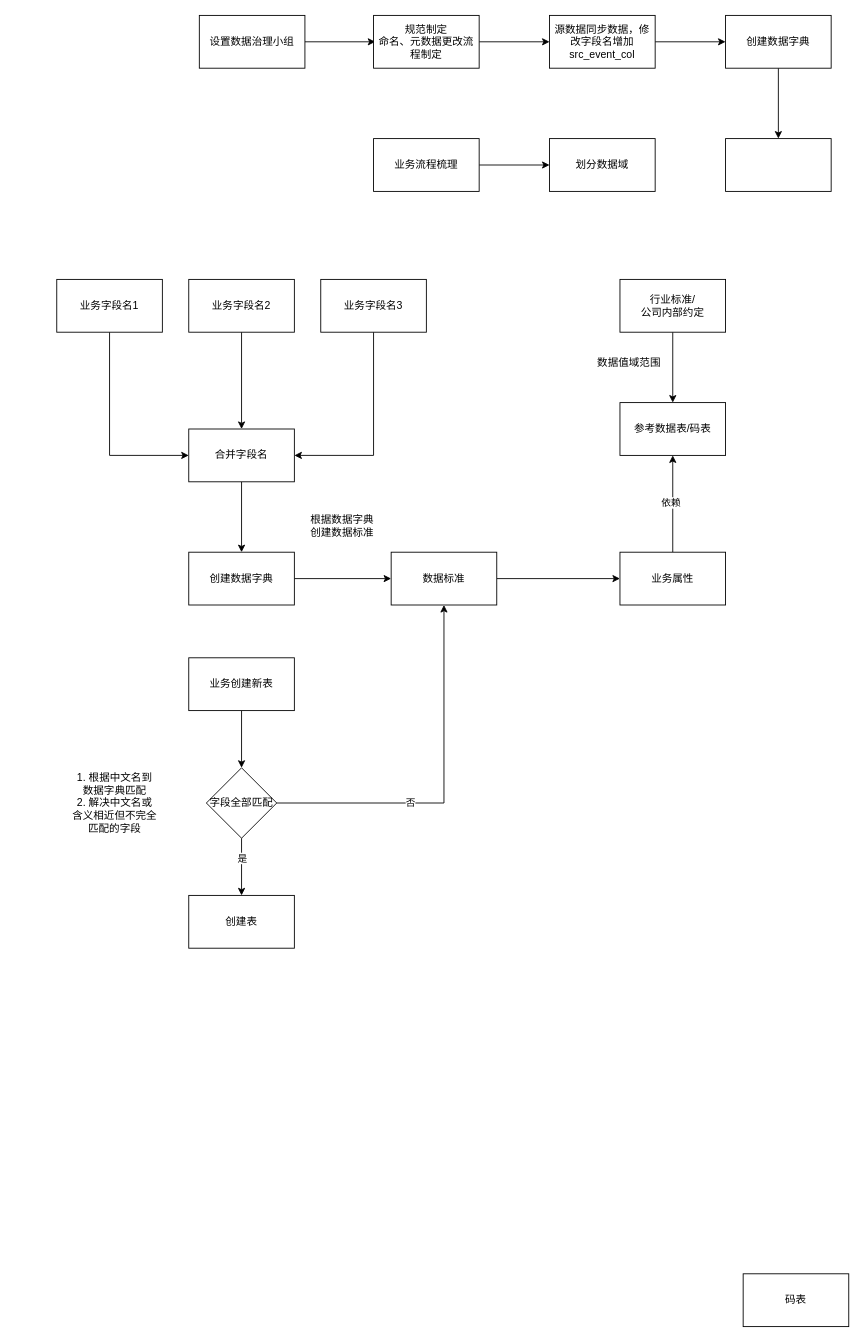
Before: 数据治理流程梳理.drawio in fxfng/hello-world, a draw.io diagram. Source tidied: cells renumbered, new cells numbered last; positions are measured from the earlier drawing's top-left corner, leaving out a move shared by most shapes. Both pictures are drawn from the tidied source at 88%, with x=0, y=0 at pixel (56, 15).
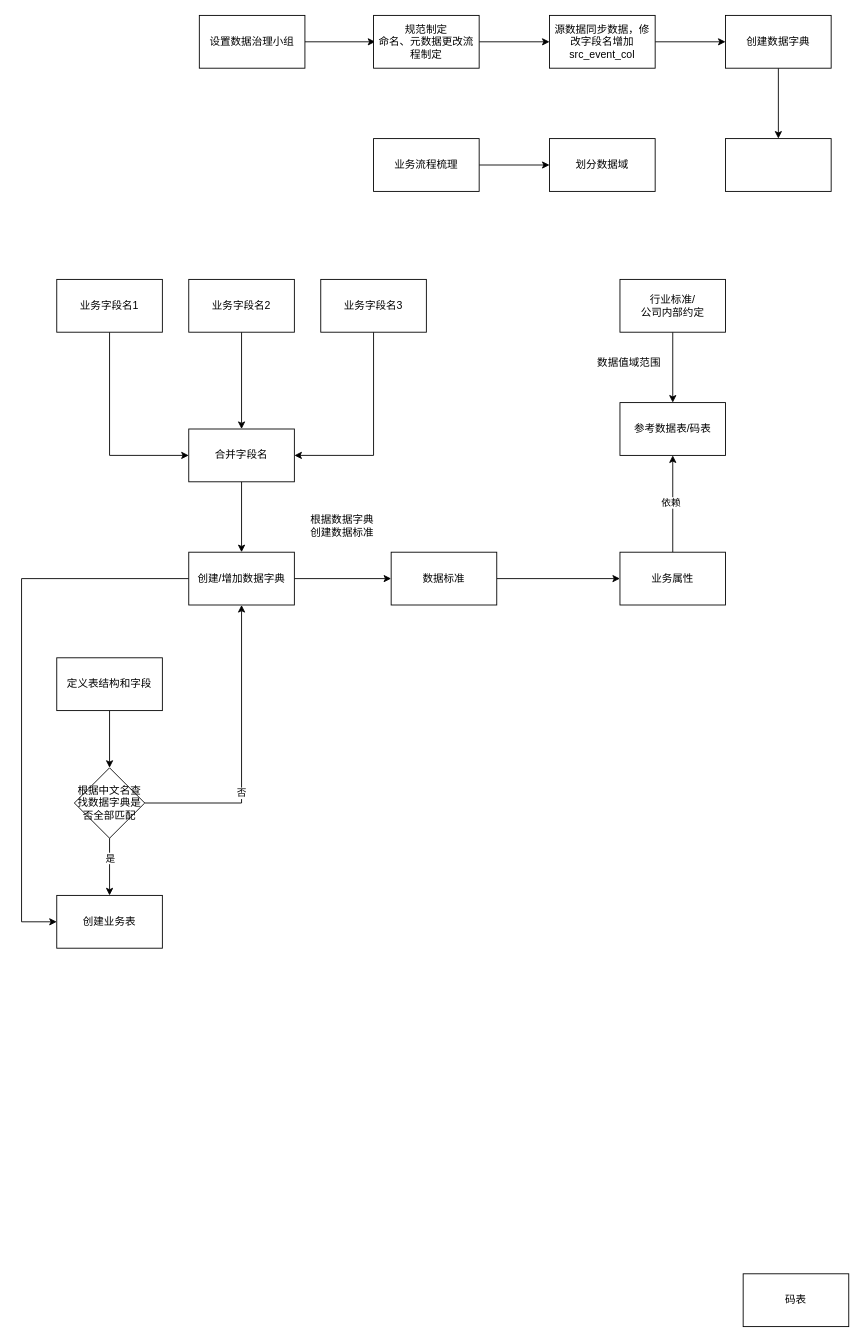
The same diagram, later.

Commit message:
更新数据治理流程梳理.drawio

Unchanged cells that the change refers to:
```xml
<mxCell id="35" value="数据标准" style="whiteSpace=wrap;html=1;" parent="1" vertex="1">
  <mxGeometry x="380" y="610" width="120" height="60" as="geometry" />
</mxCell>
```

What changed in the source:
```diff
@@
-    <mxCell id="15" value="业务创建新表" style="rounded=0;whiteSpace=wrap;html=1;" parent="1" vertex="1">
-      <mxGeometry x="150" y="730" width="120" height="60" as="geometry" />
+    <mxCell id="15" value="定义表结构和字段" style="rounded=0;whiteSpace=wrap;html=1;" parent="1" vertex="1">
+      <mxGeometry y="730" width="120" height="60" as="geometry" />
     </mxCell>
-    <mxCell id="16" value="1. 根据中文名到数据字典匹配&lt;div&gt;2. 解决中文名或含义相近但不完全匹配的字段&lt;/div&gt;" style="text;html=1;align=center;verticalAlign=middle;whiteSpace=wrap;rounded=0;" parent="1" vertex="1">
-      <mxGeometry x="17" y="880" width="98" height="30" as="geometry" />
-    </mxCell>
@@
-    <mxCell id="19" style="edgeStyle=orthogonalEdgeStyle;rounded=0;jettySize=auto;html=1;entryX=0.5;entryY=1;entryDx=0;entryDy=0;" parent="1" edge="1" source="21" target="35">
+    <mxCell id="19" style="edgeStyle=orthogonalEdgeStyle;rounded=0;jettySize=auto;html=1;entryX=0.5;entryY=1;entryDx=0;entryDy=0;" parent="1" edge="1" source="21" target="42">
       <mxGeometry relative="1" as="geometry" />
     </mxCell>
@@
-    <mxCell id="21" value="字段全部匹配" style="rhombus;whiteSpace=wrap;html=1;rounded=0;" parent="1" vertex="1">
-      <mxGeometry x="170" y="855" width="80" height="80" as="geometry" />
+    <mxCell id="21" value="根据中文名查找数据字典是否全部匹配" style="rhombus;whiteSpace=wrap;html=1;rounded=0;" parent="1" vertex="1">
+      <mxGeometry x="20" y="855" width="80" height="80" as="geometry" />
     </mxCell>
-    <mxCell id="22" value="创建表" style="whiteSpace=wrap;html=1;rounded=0;" parent="1" vertex="1">
-      <mxGeometry x="150" y="1000" width="120" height="60" as="geometry" />
+    <mxCell id="22" value="创建业务表" style="whiteSpace=wrap;html=1;rounded=0;" parent="1" vertex="1">
+      <mxGeometry y="1000" width="120" height="60" as="geometry" />
     </mxCell>
@@
+    <mxCell id="44" style="edgeStyle=orthogonalEdgeStyle;rounded=0;jettySize=auto;html=1;entryX=0;entryY=0.5;entryDx=0;entryDy=0;" parent="1" edge="1" source="42" target="22">
+      <mxGeometry relative="1" as="geometry">
+        <Array as="points">
+          <mxPoint x="-40" y="640" />
+          <mxPoint x="-40" y="1030" />
+        </Array>
+      </mxGeometry>
+    </mxCell>
-    <mxCell id="42" value="创建数据字典" style="whiteSpace=wrap;html=1;rounded=0;" parent="1" vertex="1">
+    <mxCell id="42" value="创建/增加数据字典" style="whiteSpace=wrap;html=1;rounded=0;" parent="1" vertex="1">
       <mxGeometry x="150" y="610" width="120" height="60" as="geometry" />
     </mxCell>
```
